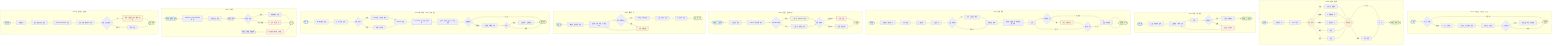
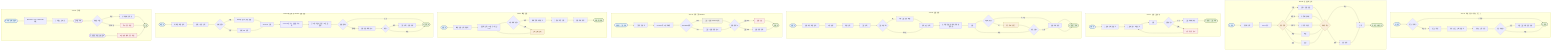
flowchart TD

  subgraph SA["Flow A: 최초 진입 & 카카오 로그인"]
    A1(["앱 접속"])
    A2{"로그인 상태?"}
    A3["로그인 화면"]
    A4["카카오 로그인 버튼 클릭"]
    A5["카카오 인증 진행"]
    A6{"신규 사용자?"}
    A7["기본 그룹 기타 자동 생성"]
    A8(["홈 화면"])

    A1 --> A2
    A2 -->|인증됨| A8
    A2 -->|미인증| A3 --> A4 --> A5 --> A6
    A6 -->|신규| A7 --> A8
    A6 -->|기존| A8
  end

  subgraph SB["Flow B: 홈 자연어 입력"]
    B1(["홈 화면"])
    B2["자연어 입력"]
    B3["Llama 분류"]
    B4{"분류 결과"}
    B5["일정 + 알람 제안"]
    B6["나중에 알려줘"]
    B7["언젠가 리스트"]
    B8["메모"]
    B9["할일"]
    B10{"사용자 확인"}
    B11["저장"]
    B12["분류 변경"]
    B13(["홈 최근 기록 갱신"])

    B1 --> B2 --> B3 --> B4
    B4 -->|일정| B5
    B4 -->|나중에| B6
    B4 -->|언젠가| B7
    B4 -->|메모| B8
    B4 -->|할일| B9
    B5 --> B10
    B6 --> B10
    B7 --> B10
    B8 --> B10
    B9 --> B10
    B10 -->|확인| B11 --> B13
    B10 -->|변경| B12 --> B11
  end

  subgraph SC["Flow C: 알람 그룹 생성"]
    C1(["알람 탭"])
    C2["그룹 추가 버튼 클릭"]
    C3["그룹 이름 + 색상 입력"]
    C4["저장"]
    C5{"저장 성공?"}
    C6["그룹 목록에 추가"]
    C7["오류 토스트 표시"]
    C8(["알람 탭 - 그룹 목록"])

    C1 --> C2 --> C3 --> C4 --> C5
    C5 -->|성공| C6 --> C8
    C5 -->|실패| C7 --> C3
  end

  subgraph SD["Flow D: 알람 생성"]
    D1(["알람 탭"])
    D2["알람 추가 버튼 클릭"]
    D3["시간 설정"]
    D4["라벨 입력"]
    D5["그룹 선택"]
    D6{"그룹 미선택?"}
    D7["기타 그룹 자동 배정"]
    D8["반복 요일 선택"]
    D9["소리/진동 설정 - 마지막 사용값 기본"]
    D10["저장"]
    D11{"시간이 과거?"}
    D12["경고 다이얼로그"]
    D13{"계속 저장?"}
    D14["알람 목록 반영"]
    D15(["알람 탭 - 목록"])

    D1 --> D2 --> D3 --> D4 --> D5 --> D6
    D6 -->|예| D7 --> D8
    D6 -->|아니오| D8
    D8 --> D9 --> D10 --> D11
    D11 -->|아니오| D14 --> D15
    D11 -->|예| D12 --> D13
    D13 -->|저장| D14 --> D15
    D13 -->|취소| D10
  end

  subgraph SE["Flow E: 알람 그룹 ON/OFF"]
    E1(["알람 탭 - 그룹 목록"])
    E2["그룹 토글 클릭"]
    E3["Firestore 즉시 업데이트"]
    E4{"isEnabled 변경"}
    E5["그룹 + 알람 dimmed 처리"]
    E6["그룹 + 알람 정상 표시"]
    E7{"알람 발생 시"}
    E8["알람 스킵"]
    E9["알람 정상 동작"]
    E10(["알람 탭"])

    E1 --> E2 --> E3 --> E4
    E4 -->|OFF| E5 --> E7
    E4 -->|ON| E6 --> E7
    E7 -->|그룹 OFF| E8 --> E10
    E7 -->|그룹 ON| E9 --> E10
  end

  subgraph SF["Flow F: 빠른 알람"]
    F1(["알람 탭"])
    F2["빠른 알람 입력창 클릭"]
    F3["자연어 입력 - 30분 후 / 내일 9시"]
    F4{"시간 파싱 성공?"}
    F5["파싱 결과 미리보기"]
    F6["그룹 선택 후 저장"]
    F7["알람 목록 반영"]
    F8["인식 실패 안내"]
    F9(["알람 탭 - 목록"])

    F1 --> F2 --> F3 --> F4
    F4 -->|성공| F5 --> F6 --> F7 --> F9
    F4 -->|실패| F8 --> F3
  end

  subgraph SG["Flow G: 메모 작성 - Llama - 알람 제안"]
    G1(["메모 탭"])
    G2["새 메모 버튼 클릭"]
    G3["제목 + 본문 입력"]
    G4{"위치 권한?"}
    G5["GPS 수집 + 역주소 변환"]
    G6["위치 null 처리"]
    G7["Firestore 저장"]
    G8["Llama AI 정리 + 날짜 감지 시작"]
    G9["실시간 리스너 갱신 - AI 토글 활성"]
    G10{"날짜 감지?"}
    G11["알람 제안 배지 표시"]
    G12{"추가?"}
    G13["그룹 선택 - 알람 생성"]
    G14(["메모 목록"])

    G1 --> G2 --> G3 --> G4
    G4 -->|허용| G5 --> G7
    G4 -->|거부| G6 --> G7
    G7 --> G8 --> G9 --> G10
    G10 -->|감지됨| G11 --> G12
    G10 -->|없음| G14
    G12 -->|추가| G13 --> G14
    G12 -->|취소| G14
  end

  subgraph SH["Flow H: 휴지통"]
    H1(["항목 삭제 버튼 클릭"])
    H2["isDeleted = true / deletedAt 기록"]
    H3["휴지통으로 이동"]
    H4(["휴지통 목록"])
    H5{"사용자 액션"}
    H6["원래 위치로 복원"]
    H7["즉시 영구 삭제"]
    H8(["자정 자동 삭제 스케줄러"])
    H9["30일 초과 항목 영구 삭제"]
    H10(["완료"])

    H1 --> H2 --> H3 --> H4 --> H5
    H5 -->|복원| H6 --> H10
    H5 -->|영구 삭제| H7 --> H10
    H8 --> H9 --> H10
  end

-   subgraph SI["Flow I: 캘린더 출근일 설정"]
-     I1(["캘린더 탭"])
-     I2["날짜 클릭"]
-     I3["출근/비출근 토글 클릭"]
-     I4["Firestore workDays 저장"]
-     I5["캘린더 셀 색상 즉시 갱신"]
-     I6{"비출근일로 변경?"}
-     I7["직장 그룹 자동 OFF 예약 - 자정"]
-     I8["변경 없음"]
-     I9(["캘린더 탭"])
- 
-     I1 --> I2 --> I3 --> I4 --> I5 --> I6
-     I6 -->|예| I7 --> I9
-     I6 -->|아니오| I8 --> I9
-   end
- 
  style A1 fill:#E6F1FB,stroke:#185FA5,color:#0C447C
  style A8 fill:#EAF3DE,stroke:#3B6D11,color:#27500A

  style B1 fill:#E6F1FB,stroke:#185FA5,color:#0C447C
  style B13 fill:#EAF3DE,stroke:#3B6D11,color:#27500A
  style B3 fill:#EEEDFE,stroke:#534AB7,color:#3C3489
  style B4 fill:#FAEEDA,stroke:#854F0B,color:#633806
  style B10 fill:#FAEEDA,stroke:#854F0B,color:#633806

  style C1 fill:#E6F1FB,stroke:#185FA5,color:#0C447C
  style C8 fill:#EAF3DE,stroke:#3B6D11,color:#27500A
  style C7 fill:#FCEBEB,stroke:#A32D2D,color:#791F1F

  style D1 fill:#E6F1FB,stroke:#185FA5,color:#0C447C
  style D15 fill:#EAF3DE,stroke:#3B6D11,color:#27500A
  style D12 fill:#FAEEDA,stroke:#854F0B,color:#633806

  style E1 fill:#E6F1FB,stroke:#185FA5,color:#0C447C
  style E10 fill:#EAF3DE,stroke:#3B6D11,color:#27500A
  style E5 fill:#F1EFE8,stroke:#5F5E5A,color:#444441
  style E8 fill:#FCEBEB,stroke:#A32D2D,color:#791F1F

  style F1 fill:#E6F1FB,stroke:#185FA5,color:#0C447C
  style F9 fill:#EAF3DE,stroke:#3B6D11,color:#27500A
  style F8 fill:#FAEEDA,stroke:#854F0B,color:#633806

  style G1 fill:#E6F1FB,stroke:#185FA5,color:#0C447C
  style G14 fill:#EAF3DE,stroke:#3B6D11,color:#27500A
  style G8 fill:#EEEDFE,stroke:#534AB7,color:#3C3489

  style H1 fill:#E6F1FB,stroke:#185FA5,color:#0C447C
  style H10 fill:#EAF3DE,stroke:#3B6D11,color:#27500A
  style H7 fill:#FCEBEB,stroke:#A32D2D,color:#791F1F
  style H9 fill:#FCEBEB,stroke:#A32D2D,color:#791F1F
- 
-   style I1 fill:#E6F1FB,stroke:#185FA5,color:#0C447C
-   style I9 fill:#EAF3DE,stroke:#3B6D11,color:#27500A
-   style I7 fill:#FAEEDA,stroke:#854F0B,color:#633806
